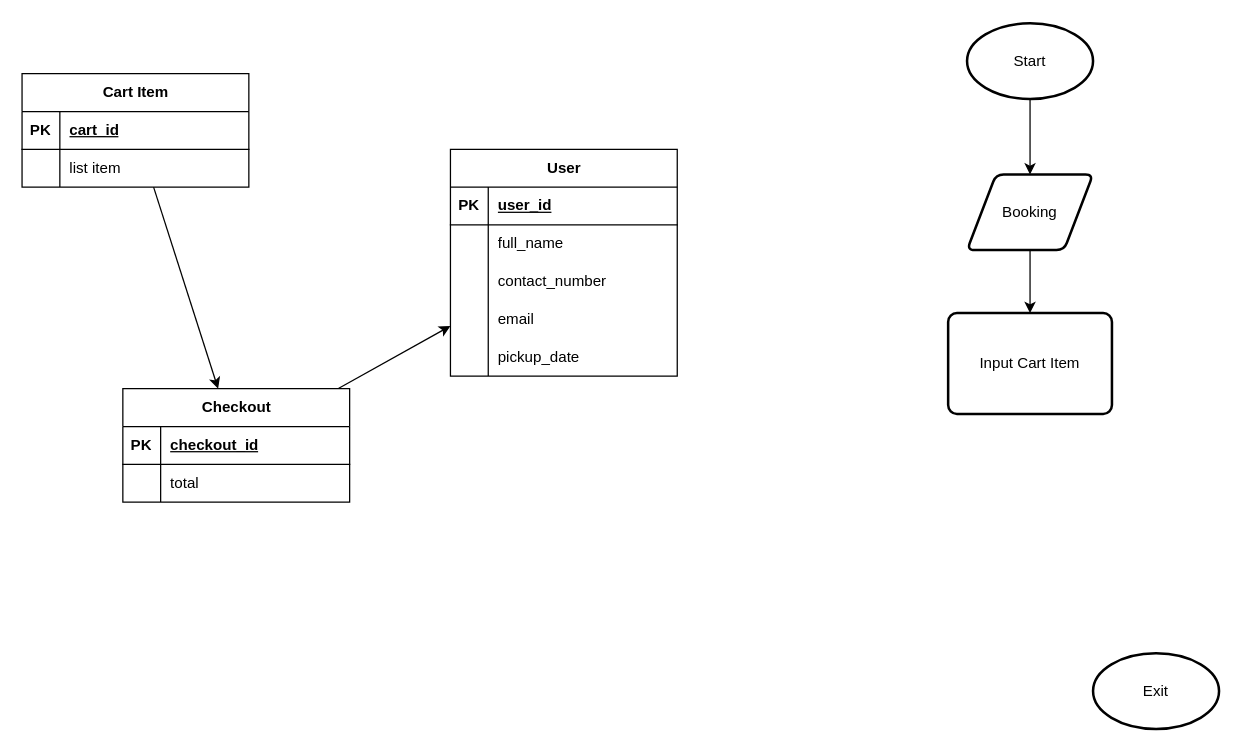
Earlier version of the draw.io diagram src/database/database.drawio (redaganan/bookquet-system-backend). Source tidied: cells renumbered, new cells numbered last; positions are measured from the earlier drawing's top-left corner, leaving out a move shared by most shapes. Both pictures are drawn from the tidied source at 126%, with x=0, y=0 at pixel (21, 23).
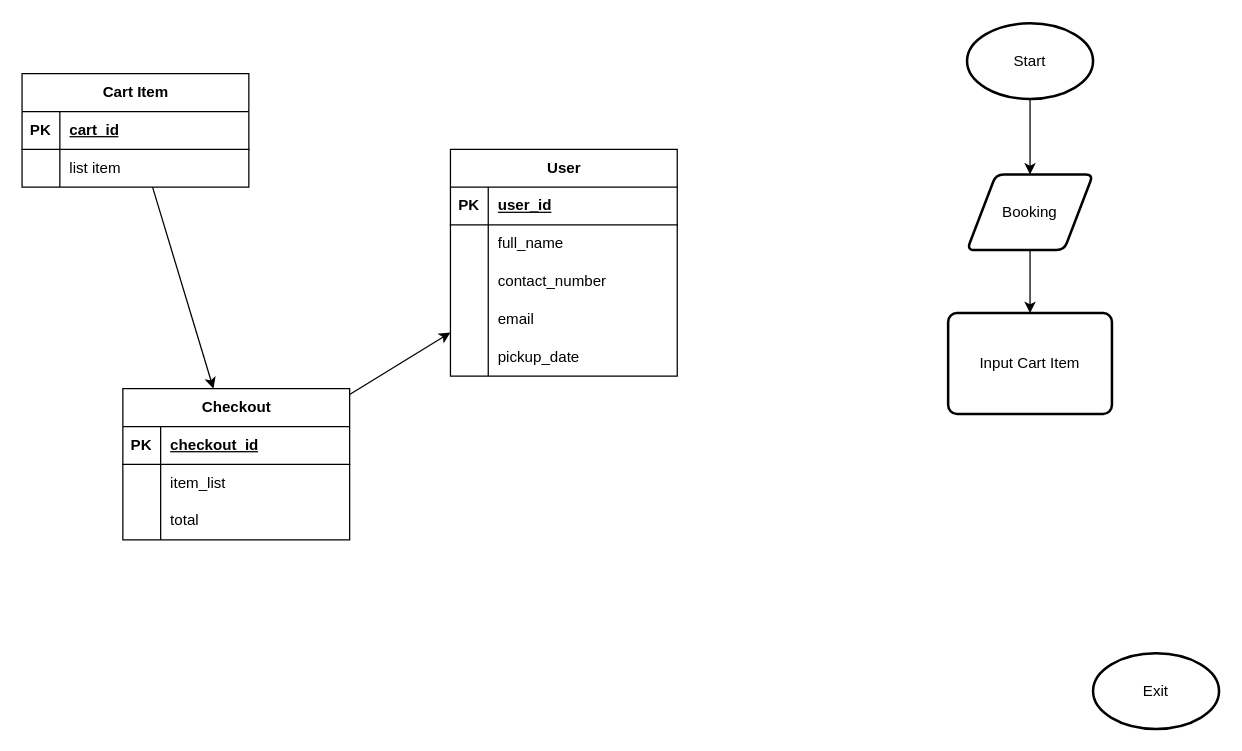
Above is the later version.

Commit message:
update: refine database diagram with layout adjustments and additional attributes

The change refers to these unchanged cells:
```xml
<mxCell id="28" style="shape=tableRow;horizontal=0;startSize=0;swimlaneHead=0;swimlaneBody=0;fillColor=none;top=0;left=0;right=0;bottom=0;" parent="24" vertex="1">
  <mxGeometry y="60" width="180" height="30" as="geometry" />
</mxCell>
```

The edit, as a diff of the source:
```diff
@@
     <mxCell id="24" value="Checkout" style="shape=table;startSize=30;childLayout=tableLayout;rowLines=0;fontStyle=1;align=center;html=1;" parent="1" vertex="1">
-      <mxGeometry x="80" y="290" width="180" height="90" as="geometry" />
+      <mxGeometry x="80" y="290" width="180" height="120" as="geometry" />
     </mxCell>
@@
-    <mxCell id="30" value="total" style="shape=partialRectangle;fillColor=none;top=0;left=0;bottom=0;right=0;align=left;spacingLeft=6;overflow=hidden;whiteSpace=wrap;html=1;" parent="28" vertex="1">
+    <mxCell id="30" value="item_list" style="shape=partialRectangle;fillColor=none;top=0;left=0;bottom=0;right=0;align=left;spacingLeft=6;overflow=hidden;whiteSpace=wrap;html=1;" parent="28" vertex="1">
       <mxGeometry x="30" width="150" height="30" as="geometry" />
     </mxCell>
+    <mxCell id="40" style="shape=tableRow;horizontal=0;startSize=0;swimlaneHead=0;swimlaneBody=0;fillColor=none;top=0;left=0;right=0;bottom=0;" parent="24" vertex="1">
+      <mxGeometry y="90" width="180" height="30" as="geometry" />
+    </mxCell>
+    <mxCell id="41" style="shape=partialRectangle;fillColor=none;top=0;left=0;bottom=0;right=0;overflow=hidden;whiteSpace=wrap;html=1;" parent="40" vertex="1">
+      <mxGeometry width="30" height="30" as="geometry" />
+    </mxCell>
+    <mxCell id="42" value="total" style="shape=partialRectangle;fillColor=none;top=0;left=0;bottom=0;right=0;align=left;spacingLeft=6;overflow=hidden;whiteSpace=wrap;html=1;" parent="40" vertex="1">
+      <mxGeometry x="30" width="150" height="30" as="geometry" />
+    </mxCell>
```
